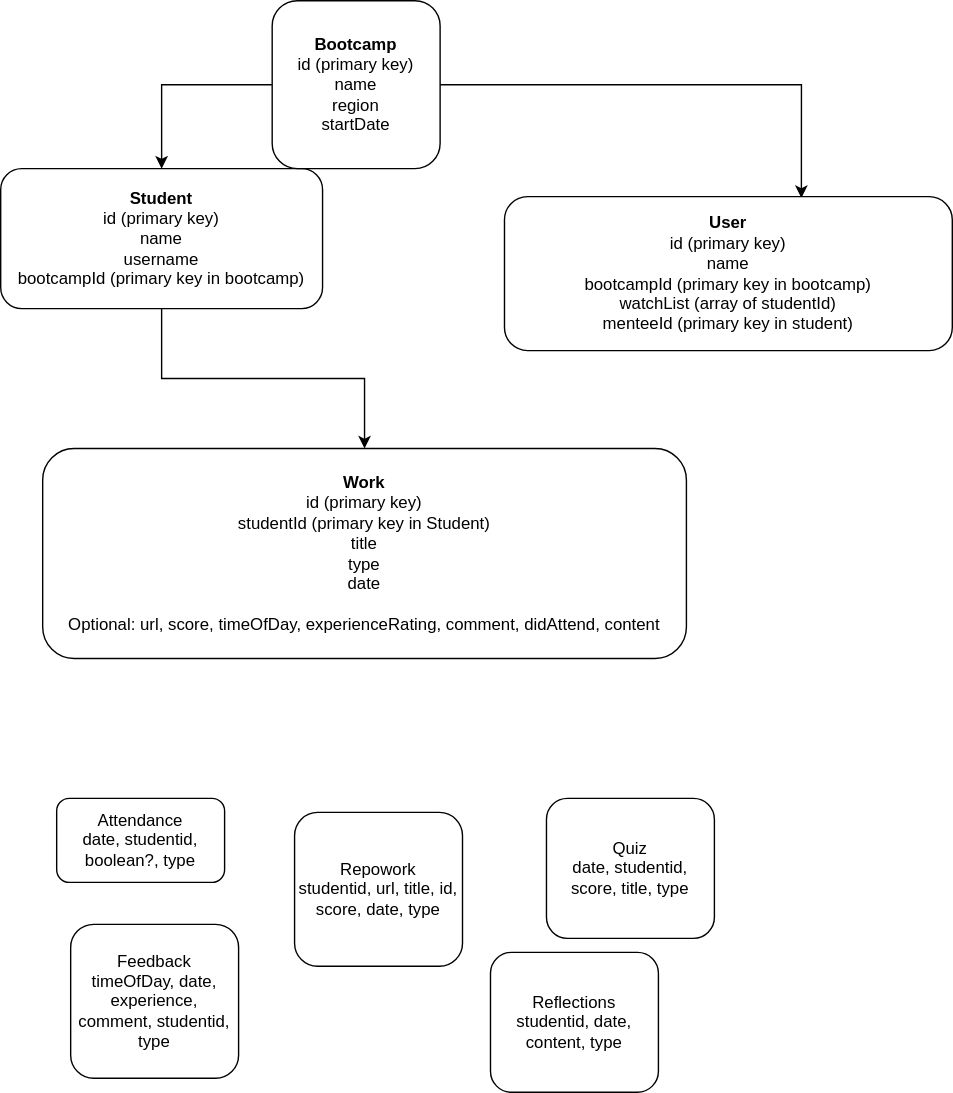
SchoolOfCode/phantom-elephants-backend keeps this draw.io diagram as dataArchitecture.drawio.svg. Above is the earlier version. Source tidied: cells renumbered, new cells last; positions are measured from the earlier drawing's top-left corner, leaving out a move shared by most shapes.
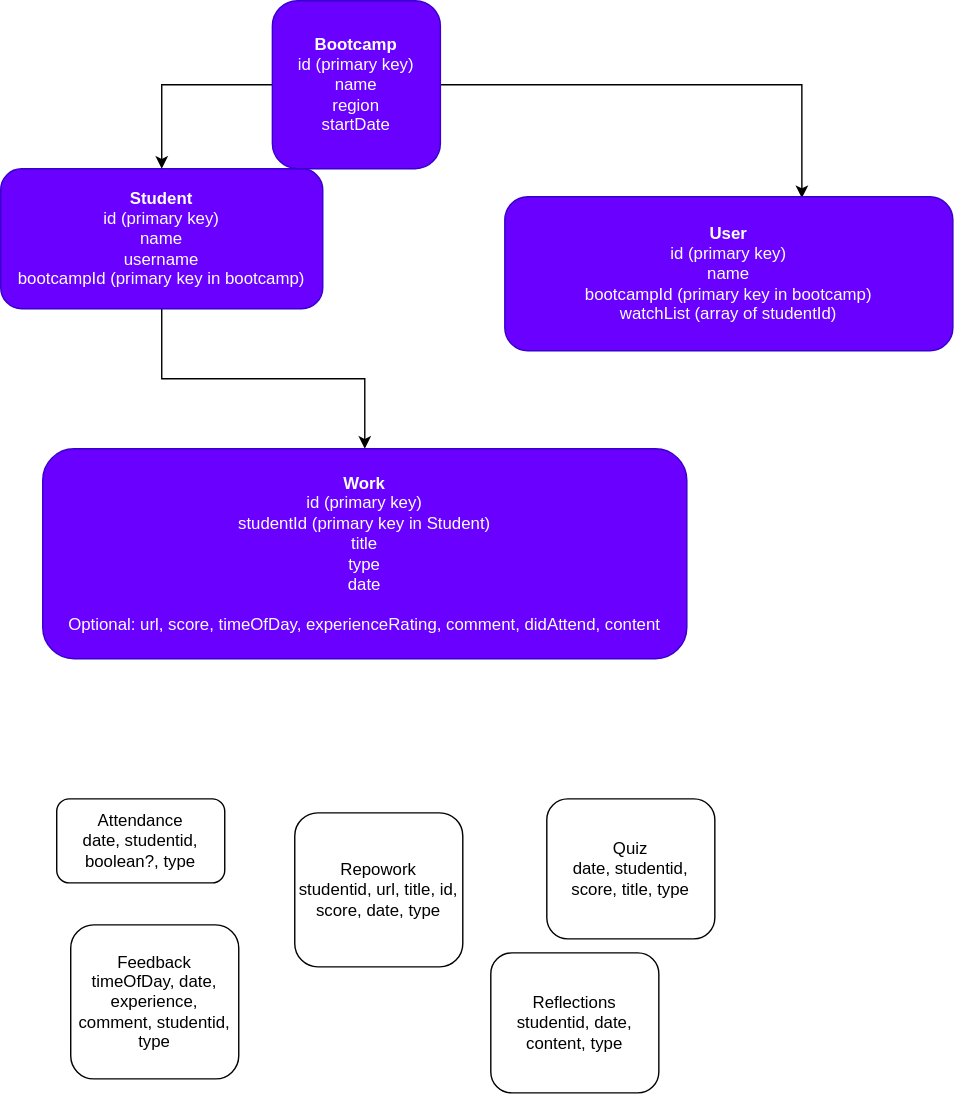
After the change.

Diff of the diagram source:
```diff
@@ -5,7 +5,7 @@
     <mxCell id="2" style="edgeStyle=orthogonalEdgeStyle;rounded=0;jettySize=auto;html=1;exitX=0.5;exitY=1;exitDx=0;exitDy=0;" parent="1" edge="1" source="3" target="12">
       <mxGeometry relative="1" as="geometry" />
     </mxCell>
-    <mxCell id="3" value="&lt;b&gt;Student&lt;br&gt;&lt;/b&gt;id (primary key)&lt;br&gt;name&lt;br&gt;username&lt;br&gt;bootcampId (primary key in bootcamp)" style="rounded=1;whiteSpace=wrap;html=1;fillColor=#FFFFFF;" parent="1" vertex="1">
+    <mxCell id="3" value="&lt;b&gt;Student&lt;br&gt;&lt;/b&gt;id (primary key)&lt;br&gt;name&lt;br&gt;username&lt;br&gt;bootcampId (primary key in bootcamp)" style="rounded=1;whiteSpace=wrap;html=1;fillColor=#6a00ff;strokeColor=#3700CC;fontColor=#ffffff;" parent="1" vertex="1">
       <mxGeometry y="120" width="230" height="100" as="geometry" />
     </mxCell>
     <mxCell id="4" style="edgeStyle=orthogonalEdgeStyle;rounded=0;jettySize=auto;html=1;exitX=0;exitY=0.5;exitDx=0;exitDy=0;" parent="1" edge="1" source="6" target="3">
@@ -14,7 +14,7 @@
     <mxCell id="5" style="edgeStyle=orthogonalEdgeStyle;rounded=0;jettySize=auto;html=1;exitX=1;exitY=0.5;exitDx=0;exitDy=0;entryX=0.663;entryY=0.009;entryDx=0;entryDy=0;entryPerimeter=0;" parent="1" edge="1" source="6" target="13">
       <mxGeometry relative="1" as="geometry" />
     </mxCell>
-    <mxCell id="6" value="&lt;b&gt;Bootcamp&lt;br&gt;&lt;/b&gt;id (primary key)&lt;br&gt;name&lt;br&gt;region&lt;br&gt;startDate" style="rounded=1;whiteSpace=wrap;html=1;fillColor=#FFFFFF;" parent="1" vertex="1">
+    <mxCell id="6" value="&lt;b&gt;Bootcamp&lt;br&gt;&lt;/b&gt;id (primary key)&lt;br&gt;name&lt;br&gt;region&lt;br&gt;startDate" style="rounded=1;whiteSpace=wrap;html=1;fillColor=#6a00ff;strokeColor=#3700CC;fontColor=#ffffff;" parent="1" vertex="1">
       <mxGeometry x="194" width="120" height="120" as="geometry" />
     </mxCell>
     <mxCell id="7" value="Repowork&lt;br&gt;studentid, url, title, id, score, date, type" style="rounded=1;whiteSpace=wrap;html=1;" parent="1" vertex="1">
@@ -32,10 +32,10 @@
     <mxCell id="11" value="Attendance&lt;br&gt;date, studentid, boolean?, type" style="rounded=1;whiteSpace=wrap;html=1;" parent="1" vertex="1">
       <mxGeometry x="40" y="570" width="120" height="60" as="geometry" />
     </mxCell>
-    <mxCell id="12" value="&lt;b&gt;Work&lt;br&gt;&lt;/b&gt;id (primary key)&lt;br&gt;studentId (primary key in Student)&lt;br&gt;title&lt;br&gt;type&lt;br&gt;date&lt;br&gt;&lt;br&gt;Optional: url, score, timeOfDay, experienceRating, comment, didAttend, content" style="rounded=1;whiteSpace=wrap;html=1;fillColor=#FFFFFF;" parent="1" vertex="1">
+    <mxCell id="12" value="&lt;b&gt;Work&lt;br&gt;&lt;/b&gt;id (primary key)&lt;br&gt;studentId (primary key in Student)&lt;br&gt;title&lt;br&gt;type&lt;br&gt;date&lt;br&gt;&lt;br&gt;Optional: url, score, timeOfDay, experienceRating, comment, didAttend, content" style="rounded=1;whiteSpace=wrap;html=1;fillColor=#6a00ff;strokeColor=#3700CC;fontColor=#ffffff;" parent="1" vertex="1">
       <mxGeometry x="30" y="320" width="460" height="150" as="geometry" />
     </mxCell>
-    <mxCell id="13" value="&lt;b&gt;User&lt;br&gt;&lt;/b&gt;id (primary key)&lt;br&gt;name&lt;br&gt;bootcampId (primary key in bootcamp)&lt;br&gt;watchList (array of studentId)&lt;br&gt;menteeId (primary key in student)" style="rounded=1;whiteSpace=wrap;html=1;fillColor=#FFFFFF;" parent="1" vertex="1">
+    <mxCell id="13" value="&lt;b&gt;User&lt;br&gt;&lt;/b&gt;id (primary key)&lt;br&gt;name&lt;br&gt;bootcampId (primary key in bootcamp)&lt;br&gt;watchList (array of studentId)" style="rounded=1;whiteSpace=wrap;html=1;fillColor=#6a00ff;strokeColor=#3700CC;fontColor=#ffffff;" parent="1" vertex="1">
       <mxGeometry x="360" y="140" width="320" height="110" as="geometry" />
     </mxCell>
   </root>
```
